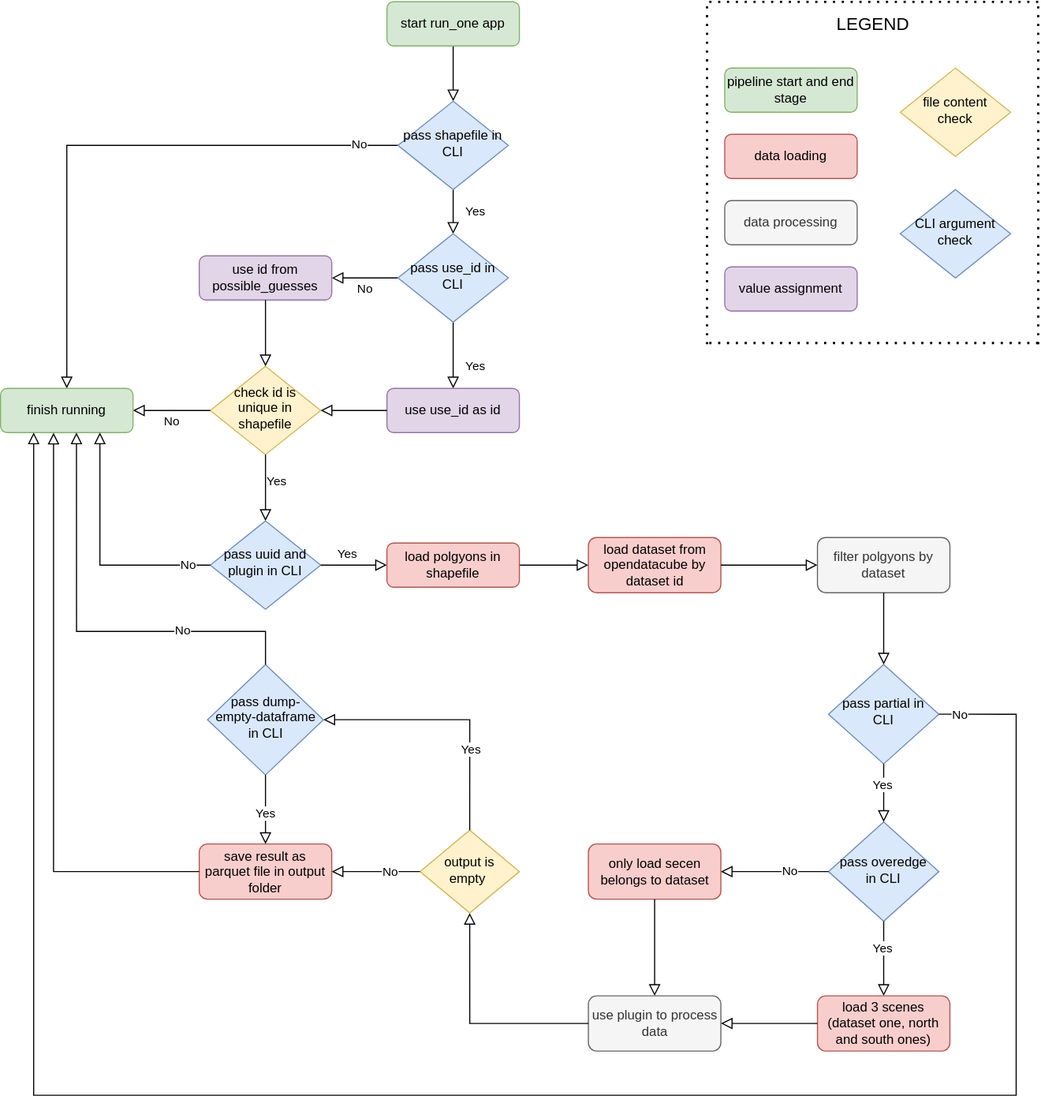
Before: doc/dea-conflux-control-flow-local.svg, a diagram exported from draw.io (GeoscienceAustralia/dea-conflux). Source tidied: cells renumbered, new cells last; positions are measured from the earlier drawing's top-left corner, leaving out a move shared by most shapes.
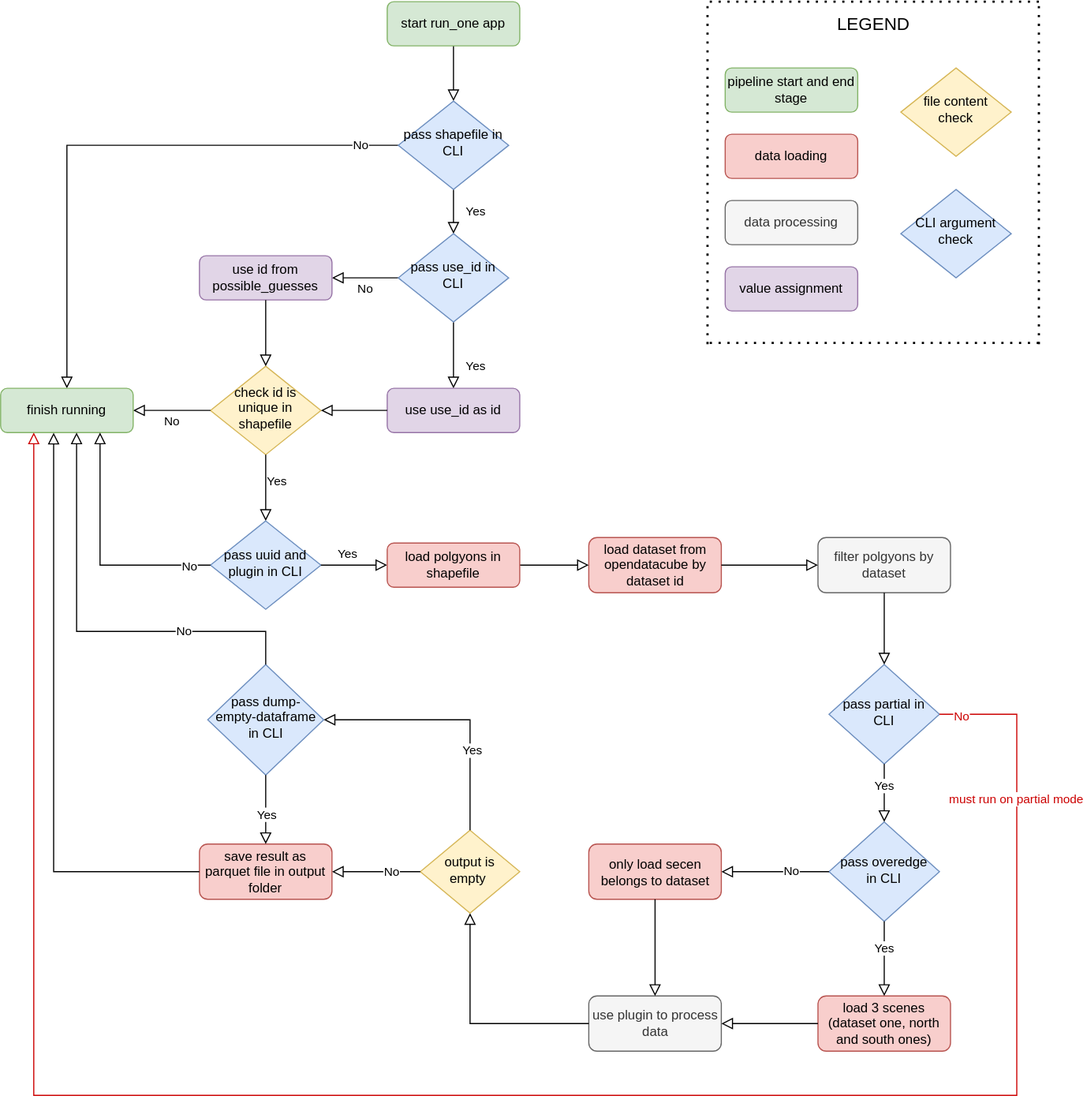
After the change.

Commit message:
Add clarification about partial option in CLI (#37)

Diff of the diagram source:
```diff
@@ -94,7 +94,7 @@
     <mxCell id="26" value="pass&amp;nbsp;overedge in CLI" style="rhombus;whiteSpace=wrap;html=1;shadow=0;fontFamily=Helvetica;fontSize=12;align=center;strokeWidth=1;spacing=6;spacingTop=-4;fillColor=#dae8fc;strokeColor=#6c8ebf;" parent="1" vertex="1">
       <mxGeometry x="750" y="742.5" width="100" height="90" as="geometry" />
     </mxCell>
-    <mxCell id="27" style="edgeStyle=orthogonalEdgeStyle;rounded=0;html=1;jettySize=auto;fontSize=11;endArrow=block;endFill=0;endSize=8;strokeWidth=1;shadow=0;labelBackgroundColor=none;exitX=1;exitY=0.5;exitDx=0;exitDy=0;entryX=0.25;entryY=1;entryDx=0;entryDy=0;" parent="1" edge="1" source="25" target="17">
+    <mxCell id="27" style="edgeStyle=orthogonalEdgeStyle;rounded=0;html=1;jettySize=auto;fontSize=11;endArrow=block;endFill=0;endSize=8;strokeWidth=1;shadow=0;labelBackgroundColor=none;exitX=1;exitY=0.5;exitDx=0;exitDy=0;entryX=0.25;entryY=1;entryDx=0;entryDy=0;strokeColor=#CC0000;" parent="1" edge="1" source="25" target="17">
       <mxGeometry y="10" relative="1" as="geometry">
         <Array as="points">
           <mxPoint x="920" y="645" />
@@ -103,9 +103,12 @@
         </Array>
       </mxGeometry>
     </mxCell>
-    <mxCell id="28" value="No" style="edgeLabel;html=1;align=center;verticalAlign=middle;" parent="27" vertex="1">
+    <mxCell id="28" value="No" style="edgeLabel;html=1;align=center;verticalAlign=middle;fontColor=#CC0000;" parent="27" vertex="1">
       <mxGeometry x="-0.98" y="-1" relative="1" as="geometry" />
     </mxCell>
+    <mxCell id="68" value="must run on partial mode&amp;nbsp;" style="edgeLabel;html=1;align=center;verticalAlign=middle;fontColor=#CC0000;" parent="27" vertex="1">
+      <mxGeometry x="-0.85" relative="1" as="geometry" />
+    </mxCell>
     <mxCell id="29" style="edgeStyle=orthogonalEdgeStyle;rounded=0;html=1;jettySize=auto;fontSize=11;endArrow=block;endFill=0;endSize=8;strokeWidth=1;shadow=0;labelBackgroundColor=none;exitX=0.5;exitY=1;exitDx=0;exitDy=0;entryX=0.5;entryY=0;entryDx=0;entryDy=0;" parent="1" edge="1" source="24" target="25">
       <mxGeometry y="10" relative="1" as="geometry" />
     </mxCell>
```
